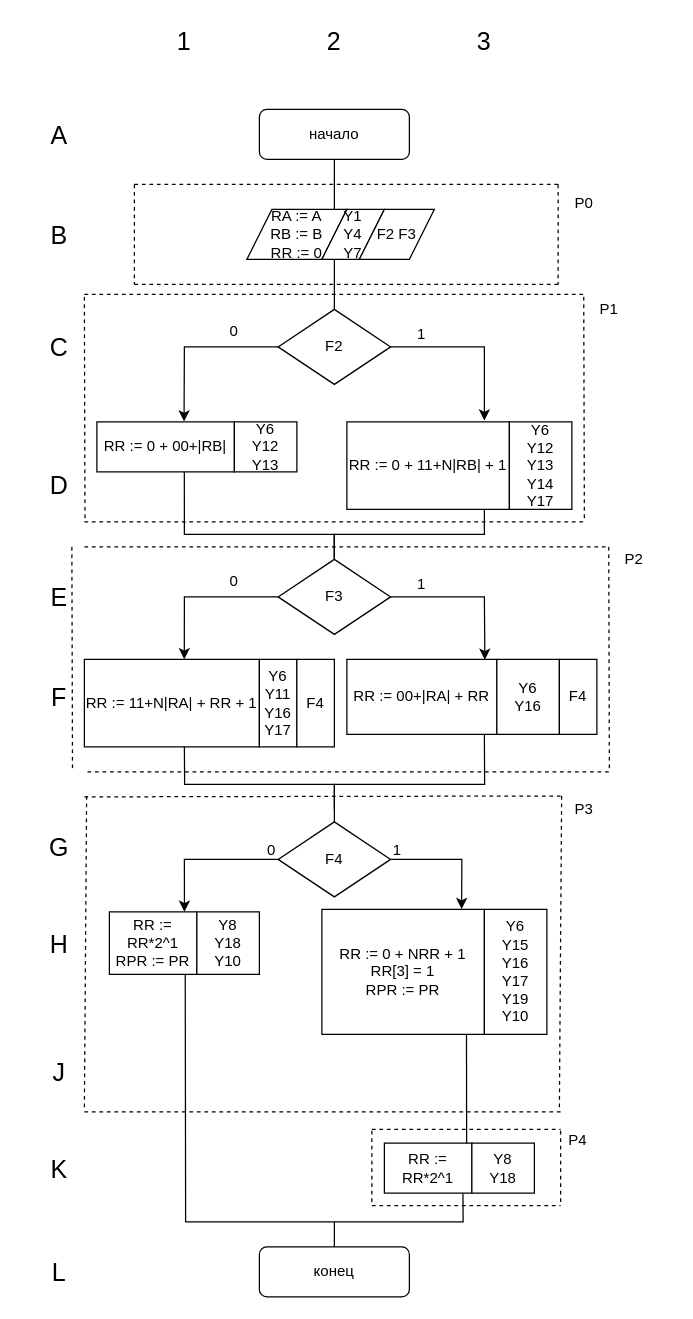
Before: kursach/myy/myysub.drawio in Altzgamer/schemotechnika25-26, a draw.io diagram. Source tidied: cells renumbered, new cells numbered last; positions are measured from the earlier drawing's top-left corner, leaving out a move shared by most shapes. Both pictures are drawn from the tidied source at 125%, with x=0, y=0 at pixel (21, 21).
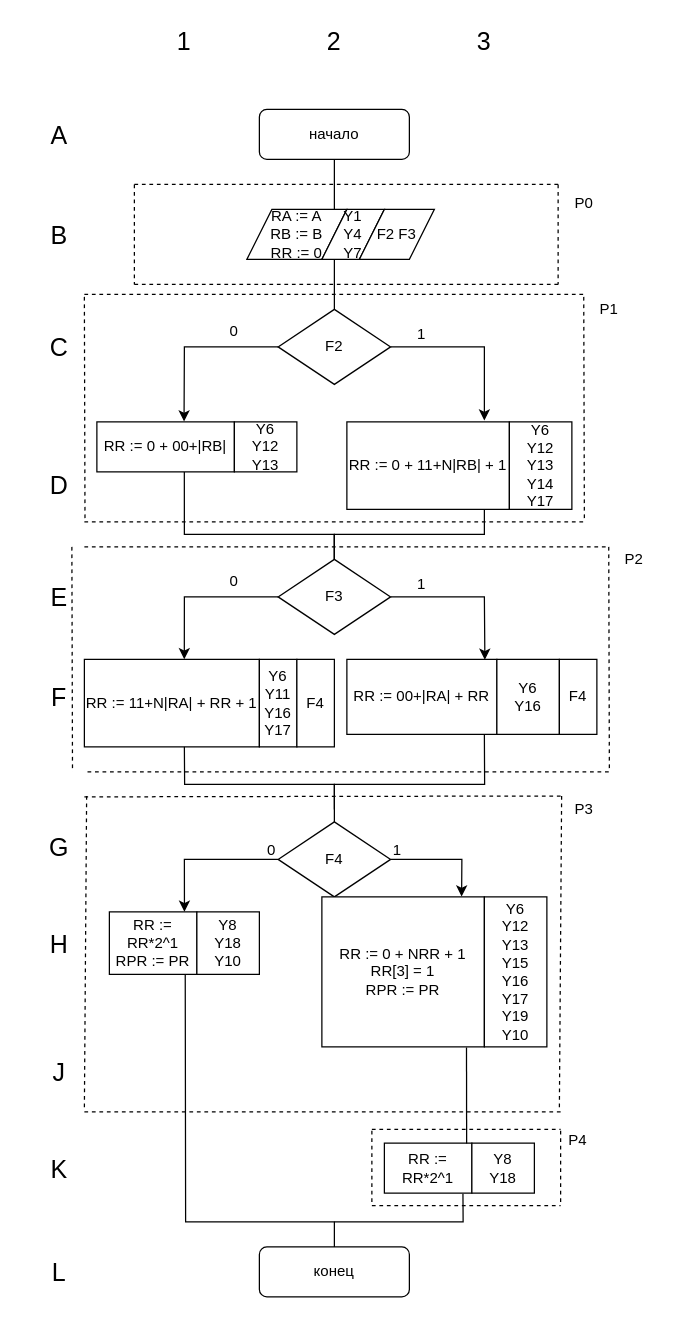
Above is the later version.

What changed in the source:
```diff
@@
     <mxCell id="41" value="RR := 0 + NRR + 1&lt;div&gt;RR[3] = 1&lt;/div&gt;&lt;div&gt;RPR := PR&lt;/div&gt;" style="rounded=0;whiteSpace=wrap;html=1;" parent="1" vertex="1">
-      <mxGeometry x="240" y="710" width="130" height="100" as="geometry" />
+      <mxGeometry x="240" y="700" width="130" height="120" as="geometry" />
     </mxCell>
@@
-    <mxCell id="52" value="Y6&lt;div&gt;Y15&lt;/div&gt;&lt;div&gt;Y16&lt;/div&gt;&lt;div&gt;Y17&lt;/div&gt;&lt;div&gt;Y19&lt;/div&gt;&lt;div&gt;Y10&lt;/div&gt;" style="rounded=0;whiteSpace=wrap;html=1;" parent="1" vertex="1">
-      <mxGeometry x="370" y="710" width="50" height="100" as="geometry" />
+    <mxCell id="52" value="Y6&lt;div&gt;Y12&lt;/div&gt;&lt;div&gt;Y13&lt;br&gt;&lt;div&gt;Y15&lt;/div&gt;&lt;div&gt;Y16&lt;/div&gt;&lt;div&gt;Y17&lt;/div&gt;&lt;div&gt;Y19&lt;/div&gt;&lt;div&gt;Y10&lt;/div&gt;&lt;/div&gt;" style="rounded=0;whiteSpace=wrap;html=1;" parent="1" vertex="1">
+      <mxGeometry x="370" y="700" width="50" height="120" as="geometry" />
     </mxCell>
```
